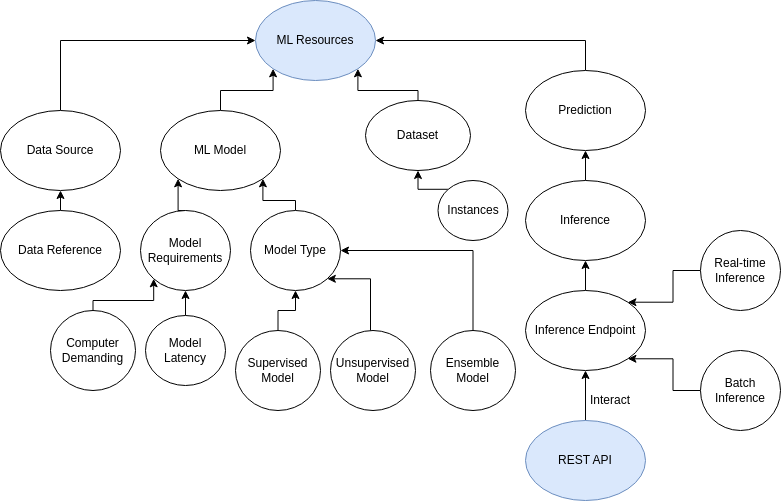
Earlier version of the draw.io export thematic_analysis/diagrams/exports/MLResources.drawio.png (ruizsalvat/Master-Project-Information-Sciences). Source tidied: cells renumbered, new cells last; positions are measured from the earlier drawing's top-left corner, leaving out a move shared by most shapes. Its diagram source:
```xml
<mxGraphModel>
  <root>
    <mxCell id="0" />
    <mxCell id="1" parent="0" />
    <mxCell id="2" value="ML Resources" style="ellipse;whiteSpace=wrap;html=1;fillColor=#dae8fc;strokeColor=#6c8ebf;" parent="1" vertex="1">
      <mxGeometry x="255" width="120" height="80" as="geometry" />
    </mxCell>
    <mxCell id="3" style="edgeStyle=orthogonalEdgeStyle;rounded=0;jettySize=auto;html=1;entryX=0;entryY=0.5;entryDx=0;entryDy=0;exitX=0.5;exitY=0;exitDx=0;exitDy=0;" parent="1" edge="1" source="4" target="2">
      <mxGeometry relative="1" as="geometry" />
    </mxCell>
    <mxCell id="4" value="Data Source" style="ellipse;whiteSpace=wrap;html=1;" parent="1" vertex="1">
      <mxGeometry y="110" width="120" height="80" as="geometry" />
    </mxCell>
    <mxCell id="5" style="edgeStyle=orthogonalEdgeStyle;rounded=0;jettySize=auto;html=1;exitX=0.5;exitY=0;exitDx=0;exitDy=0;entryX=0.5;entryY=1;entryDx=0;entryDy=0;" parent="1" edge="1" source="6" target="4">
      <mxGeometry relative="1" as="geometry" />
    </mxCell>
    <mxCell id="6" value="Data Reference" style="ellipse;whiteSpace=wrap;html=1;" parent="1" vertex="1">
      <mxGeometry y="210" width="120" height="80" as="geometry" />
    </mxCell>
    <mxCell id="7" style="edgeStyle=orthogonalEdgeStyle;rounded=0;jettySize=auto;html=1;exitX=0.5;exitY=0;exitDx=0;exitDy=0;entryX=0;entryY=1;entryDx=0;entryDy=0;" parent="1" edge="1" source="8" target="2">
      <mxGeometry relative="1" as="geometry" />
    </mxCell>
    <mxCell id="8" value="ML Model" style="ellipse;whiteSpace=wrap;html=1;" parent="1" vertex="1">
      <mxGeometry x="160" y="110" width="120" height="80" as="geometry" />
    </mxCell>
    <mxCell id="9" style="edgeStyle=orthogonalEdgeStyle;rounded=0;jettySize=auto;html=1;exitX=0.5;exitY=0;exitDx=0;exitDy=0;entryX=0;entryY=1;entryDx=0;entryDy=0;" parent="1" edge="1" source="10" target="8">
      <mxGeometry relative="1" as="geometry" />
    </mxCell>
    <mxCell id="10" value="Model Requirements" style="ellipse;whiteSpace=wrap;html=1;" parent="1" vertex="1">
      <mxGeometry x="140" y="210" width="90" height="80" as="geometry" />
    </mxCell>
    <mxCell id="11" style="edgeStyle=orthogonalEdgeStyle;rounded=0;jettySize=auto;html=1;entryX=1;entryY=1;entryDx=0;entryDy=0;" parent="1" edge="1" source="12" target="8">
      <mxGeometry relative="1" as="geometry">
        <Array as="points">
          <mxPoint x="295" y="200" />
          <mxPoint x="262" y="200" />
        </Array>
      </mxGeometry>
    </mxCell>
    <mxCell id="12" value="Model Type" style="ellipse;whiteSpace=wrap;html=1;" parent="1" vertex="1">
      <mxGeometry x="250" y="210" width="90" height="80" as="geometry" />
    </mxCell>
    <mxCell id="13" style="edgeStyle=orthogonalEdgeStyle;rounded=0;jettySize=auto;html=1;exitX=0.5;exitY=0;exitDx=0;exitDy=0;entryX=0.5;entryY=1;entryDx=0;entryDy=0;" parent="1" edge="1" source="14" target="12">
      <mxGeometry relative="1" as="geometry">
        <Array as="points">
          <mxPoint x="278" y="310" />
          <mxPoint x="295" y="310" />
        </Array>
      </mxGeometry>
    </mxCell>
    <mxCell id="14" value="Supervised Model" style="ellipse;whiteSpace=wrap;html=1;" parent="1" vertex="1">
      <mxGeometry x="235" y="330" width="85" height="80" as="geometry" />
    </mxCell>
    <mxCell id="15" style="edgeStyle=orthogonalEdgeStyle;rounded=0;jettySize=auto;html=1;entryX=1;entryY=1;entryDx=0;entryDy=0;" parent="1" edge="1" source="16" target="12">
      <mxGeometry relative="1" as="geometry">
        <Array as="points">
          <mxPoint x="370" y="278" />
        </Array>
      </mxGeometry>
    </mxCell>
    <mxCell id="16" value="Unsupervised Model" style="ellipse;whiteSpace=wrap;html=1;" parent="1" vertex="1">
      <mxGeometry x="330" y="330" width="85" height="80" as="geometry" />
    </mxCell>
    <mxCell id="17" style="edgeStyle=orthogonalEdgeStyle;rounded=0;jettySize=auto;html=1;entryX=1;entryY=0.5;entryDx=0;entryDy=0;" parent="1" edge="1" source="18" target="12">
      <mxGeometry relative="1" as="geometry">
        <Array as="points">
          <mxPoint x="473" y="250" />
        </Array>
      </mxGeometry>
    </mxCell>
    <mxCell id="18" value="Ensemble Model" style="ellipse;whiteSpace=wrap;html=1;" parent="1" vertex="1">
      <mxGeometry x="430" y="330" width="85" height="80" as="geometry" />
    </mxCell>
    <mxCell id="19" style="edgeStyle=orthogonalEdgeStyle;rounded=0;jettySize=auto;html=1;exitX=0.5;exitY=0;exitDx=0;exitDy=0;entryX=0;entryY=1;entryDx=0;entryDy=0;" parent="1" edge="1" source="20" target="10">
      <mxGeometry relative="1" as="geometry">
        <Array as="points">
          <mxPoint x="93" y="300" />
          <mxPoint x="153" y="300" />
        </Array>
      </mxGeometry>
    </mxCell>
    <mxCell id="20" value="Computer Demanding" style="ellipse;whiteSpace=wrap;html=1;" parent="1" vertex="1">
      <mxGeometry x="50" y="310" width="85" height="80" as="geometry" />
    </mxCell>
    <mxCell id="21" style="edgeStyle=orthogonalEdgeStyle;rounded=0;jettySize=auto;html=1;exitX=0.5;exitY=0;exitDx=0;exitDy=0;entryX=0.5;entryY=1;entryDx=0;entryDy=0;" parent="1" edge="1" source="22" target="10">
      <mxGeometry relative="1" as="geometry" />
    </mxCell>
    <mxCell id="22" value="Model Latency" style="ellipse;whiteSpace=wrap;html=1;" parent="1" vertex="1">
      <mxGeometry x="145" y="315" width="80" height="70" as="geometry" />
    </mxCell>
    <mxCell id="23" style="edgeStyle=orthogonalEdgeStyle;rounded=0;jettySize=auto;html=1;entryX=1;entryY=0.5;entryDx=0;entryDy=0;exitX=0.5;exitY=0;exitDx=0;exitDy=0;" parent="1" edge="1" source="24" target="2">
      <mxGeometry relative="1" as="geometry">
        <Array as="points">
          <mxPoint x="585" y="40" />
        </Array>
      </mxGeometry>
    </mxCell>
    <mxCell id="24" value="Prediction" style="ellipse;whiteSpace=wrap;html=1;" parent="1" vertex="1">
      <mxGeometry x="525" y="70" width="120" height="80" as="geometry" />
    </mxCell>
    <mxCell id="25" style="edgeStyle=orthogonalEdgeStyle;rounded=0;jettySize=auto;html=1;" parent="1" edge="1" source="26" target="24">
      <mxGeometry relative="1" as="geometry" />
    </mxCell>
    <mxCell id="26" value="Inference" style="ellipse;whiteSpace=wrap;html=1;" parent="1" vertex="1">
      <mxGeometry x="525" y="180" width="120" height="80" as="geometry" />
    </mxCell>
    <mxCell id="27" style="edgeStyle=orthogonalEdgeStyle;rounded=0;jettySize=auto;html=1;exitX=0.5;exitY=0;exitDx=0;exitDy=0;entryX=0.5;entryY=1;entryDx=0;entryDy=0;" parent="1" edge="1" source="28" target="26">
      <mxGeometry relative="1" as="geometry" />
    </mxCell>
    <mxCell id="28" value="Inference Endpoint" style="ellipse;whiteSpace=wrap;html=1;" parent="1" vertex="1">
      <mxGeometry x="525" y="290" width="120" height="80" as="geometry" />
    </mxCell>
    <mxCell id="29" style="edgeStyle=orthogonalEdgeStyle;rounded=0;jettySize=auto;html=1;exitX=0.5;exitY=0;exitDx=0;exitDy=0;entryX=0.5;entryY=1;entryDx=0;entryDy=0;" parent="1" edge="1" source="30" target="28">
      <mxGeometry relative="1" as="geometry" />
    </mxCell>
    <mxCell id="30" value="REST API" style="ellipse;whiteSpace=wrap;html=1;fillColor=#dae8fc;strokeColor=#6c8ebf;" parent="1" vertex="1">
      <mxGeometry x="525" y="420" width="120" height="80" as="geometry" />
    </mxCell>
    <mxCell id="31" value="Interact" style="text;html=1;align=center;verticalAlign=middle;whiteSpace=wrap;rounded=0;" parent="1" vertex="1">
      <mxGeometry x="580" y="385" width="60" height="30" as="geometry" />
    </mxCell>
    <mxCell id="32" style="edgeStyle=orthogonalEdgeStyle;rounded=0;jettySize=auto;html=1;entryX=1;entryY=1;entryDx=0;entryDy=0;exitX=0.5;exitY=0;exitDx=0;exitDy=0;" parent="1" edge="1" source="33" target="2">
      <mxGeometry relative="1" as="geometry">
        <Array as="points">
          <mxPoint x="418" y="90" />
          <mxPoint x="357" y="90" />
        </Array>
      </mxGeometry>
    </mxCell>
    <mxCell id="33" value="Dataset" style="ellipse;whiteSpace=wrap;html=1;" parent="1" vertex="1">
      <mxGeometry x="365" y="100" width="105" height="70" as="geometry" />
    </mxCell>
    <mxCell id="34" style="edgeStyle=orthogonalEdgeStyle;rounded=0;jettySize=auto;html=1;entryX=0.5;entryY=1;entryDx=0;entryDy=0;exitX=0;exitY=0;exitDx=0;exitDy=0;" parent="1" edge="1" source="35" target="33">
      <mxGeometry relative="1" as="geometry" />
    </mxCell>
    <mxCell id="35" value="Instances" style="ellipse;whiteSpace=wrap;html=1;" parent="1" vertex="1">
      <mxGeometry x="437.5" y="180" width="70" height="60" as="geometry" />
    </mxCell>
    <mxCell id="36" style="edgeStyle=orthogonalEdgeStyle;rounded=0;jettySize=auto;html=1;entryX=1;entryY=0;entryDx=0;entryDy=0;" parent="1" edge="1" source="37" target="28">
      <mxGeometry relative="1" as="geometry" />
    </mxCell>
    <mxCell id="37" value="Real-time Inference" style="ellipse;whiteSpace=wrap;html=1;" parent="1" vertex="1">
      <mxGeometry x="700" y="230" width="80" height="80" as="geometry" />
    </mxCell>
    <mxCell id="38" style="edgeStyle=orthogonalEdgeStyle;rounded=0;jettySize=auto;html=1;entryX=1;entryY=1;entryDx=0;entryDy=0;" parent="1" edge="1" source="39" target="28">
      <mxGeometry relative="1" as="geometry" />
    </mxCell>
    <mxCell id="39" value="Batch Inference" style="ellipse;whiteSpace=wrap;html=1;" parent="1" vertex="1">
      <mxGeometry x="700" y="350" width="80" height="80" as="geometry" />
    </mxCell>
  </root>
</mxGraphModel>
```
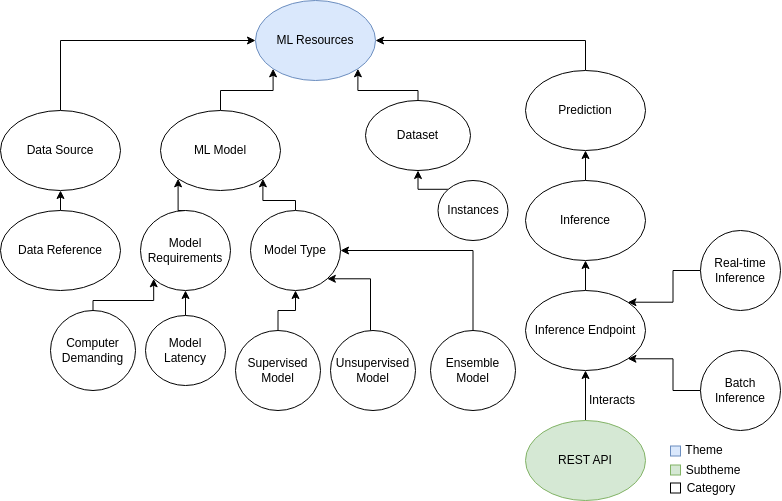
The same diagram one commit later.

The edit, as a diff of the source:
```diff
@@ -113,11 +113,11 @@
     <mxCell id="29" style="edgeStyle=orthogonalEdgeStyle;rounded=0;jettySize=auto;html=1;exitX=0.5;exitY=0;exitDx=0;exitDy=0;entryX=0.5;entryY=1;entryDx=0;entryDy=0;" parent="1" edge="1" source="30" target="28">
       <mxGeometry relative="1" as="geometry" />
     </mxCell>
-    <mxCell id="30" value="REST API" style="ellipse;whiteSpace=wrap;html=1;fillColor=#dae8fc;strokeColor=#6c8ebf;" parent="1" vertex="1">
+    <mxCell id="30" value="REST API" style="ellipse;whiteSpace=wrap;html=1;fillColor=#d5e8d4;strokeColor=#82b366;" parent="1" vertex="1">
       <mxGeometry x="525" y="420" width="120" height="80" as="geometry" />
     </mxCell>
-    <mxCell id="31" value="Interact" style="text;html=1;align=center;verticalAlign=middle;whiteSpace=wrap;rounded=0;" parent="1" vertex="1">
-      <mxGeometry x="580" y="385" width="60" height="30" as="geometry" />
+    <mxCell id="31" value="Interacts" style="text;html=1;align=center;verticalAlign=middle;whiteSpace=wrap;rounded=0;" parent="1" vertex="1">
+      <mxGeometry x="582" y="385" width="60" height="30" as="geometry" />
     </mxCell>
     <mxCell id="32" style="edgeStyle=orthogonalEdgeStyle;rounded=0;jettySize=auto;html=1;entryX=1;entryY=1;entryDx=0;entryDy=0;exitX=0.5;exitY=0;exitDx=0;exitDy=0;" parent="1" edge="1" source="33" target="2">
       <mxGeometry relative="1" as="geometry">
@@ -148,5 +148,23 @@
     <mxCell id="39" value="Batch Inference" style="ellipse;whiteSpace=wrap;html=1;" parent="1" vertex="1">
       <mxGeometry x="700" y="350" width="80" height="80" as="geometry" />
     </mxCell>
+    <mxCell id="40" style="rounded=0;whiteSpace=wrap;html=1;fillColor=#dae8fc;strokeColor=#6c8ebf;" parent="1" vertex="1">
+      <mxGeometry x="670" y="445.5" width="10" height="10" as="geometry" />
+    </mxCell>
+    <mxCell id="41" style="rounded=0;whiteSpace=wrap;html=1;fillColor=#d5e8d4;strokeColor=#82b366;" parent="1" vertex="1">
+      <mxGeometry x="670" y="464.5" width="10" height="10" as="geometry" />
+    </mxCell>
+    <mxCell id="42" value="Theme" style="text;html=1;align=center;verticalAlign=middle;whiteSpace=wrap;rounded=0;" parent="1" vertex="1">
+      <mxGeometry x="679" y="441" width="50" height="19" as="geometry" />
+    </mxCell>
+    <mxCell id="43" value="Subtheme" style="text;html=1;align=center;verticalAlign=middle;whiteSpace=wrap;rounded=0;" parent="1" vertex="1">
+      <mxGeometry x="688" y="460" width="50" height="19" as="geometry" />
+    </mxCell>
+    <mxCell id="44" style="rounded=0;whiteSpace=wrap;html=1;" parent="1" vertex="1">
+      <mxGeometry x="670" y="482.5" width="10" height="10" as="geometry" />
+    </mxCell>
+    <mxCell id="45" value="Category" style="text;html=1;align=center;verticalAlign=middle;whiteSpace=wrap;rounded=0;" parent="1" vertex="1">
+      <mxGeometry x="686" y="478" width="50" height="19" as="geometry" />
+    </mxCell>
   </root>
 </mxGraphModel>
```
